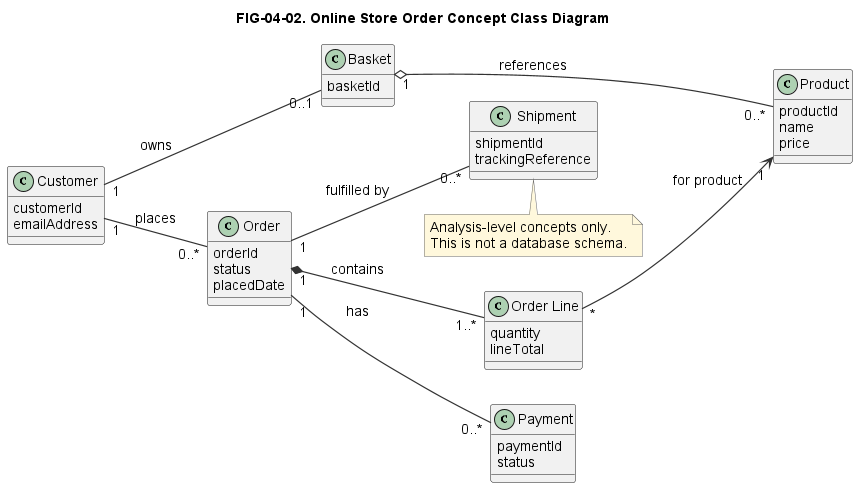
The PlantUML diagram diagrams/exported/png/FIG-04-02-online-store-order-concept-class.png in nishikanttiwari01/Architecture_Modelling, before a commit. The source it was exported from:
```plantuml
@startuml
!include ../../styles/plantuml-theme.puml

left to right direction
title FIG-04-02. Online Store Order Concept Class Diagram

skinparam classAttributeIconSize 0

class Customer {
  customerId
  emailAddress
}

class Basket {
  basketId
}

class Product {
  productId
  name
  price
}

class Order {
  orderId
  status
  placedDate
}

class "Order Line" as OrderLine {
  quantity
  lineTotal
}

class Payment {
  paymentId
  status
}

class Shipment {
  shipmentId
  trackingReference
}

Customer "1" -- "0..1" Basket : owns
Customer "1" -- "0..*" Order : places
Basket "1" o-- "0..*" Product : references
Order "1" *-- "1..*" OrderLine : contains
OrderLine "*" --> "1" Product : for product
Order "1" -- "0..*" Payment : has
Order "1" -- "0..*" Shipment : fulfilled by

note bottom
  Analysis-level concepts only.
  This is not a database schema.
end note
@enduml
```
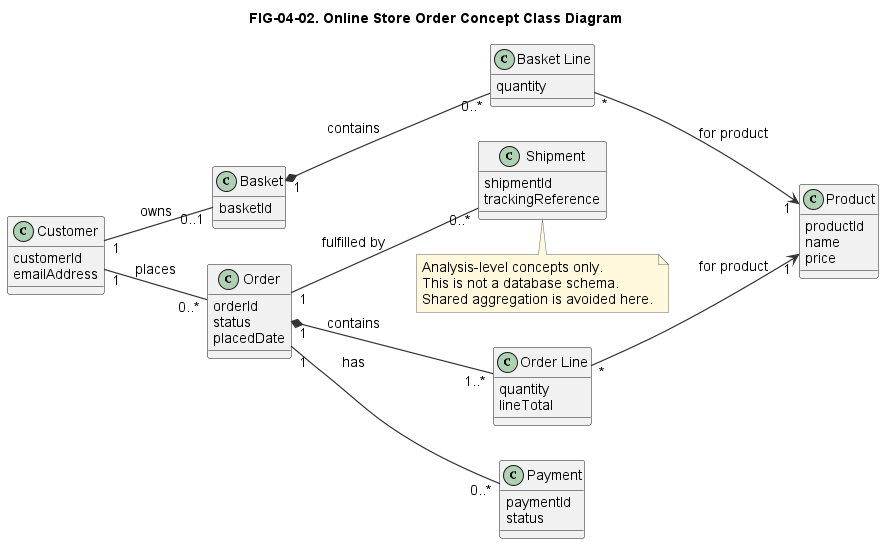
The same diagram one commit later.

The edit, as a diff of the source:
```diff
@@ -13,6 +13,10 @@
 
 class Basket {
   basketId
+}
+
+class "Basket Line" as BasketLine {
+  quantity
 }
 
 class Product {
@@ -44,7 +48,8 @@
 
 Customer "1" -- "0..1" Basket : owns
 Customer "1" -- "0..*" Order : places
-Basket "1" o-- "0..*" Product : references
+Basket "1" *-- "0..*" BasketLine : contains
+BasketLine "*" --> "1" Product : for product
 Order "1" *-- "1..*" OrderLine : contains
 OrderLine "*" --> "1" Product : for product
 Order "1" -- "0..*" Payment : has
@@ -53,5 +58,6 @@
 note bottom
   Analysis-level concepts only.
   This is not a database schema.
+  Shared aggregation is avoided here.
 end note
 @enduml
```
